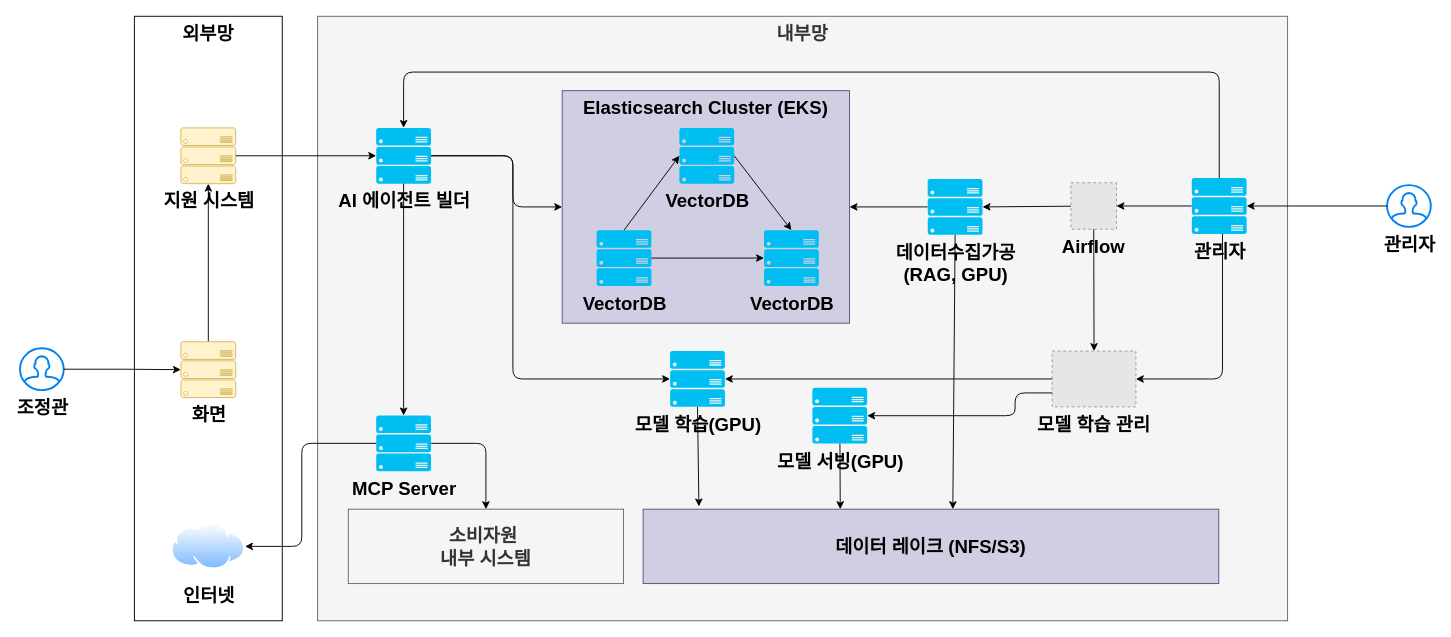
Earlier version of the draw.io diagram page "서버구성(2차년도)" (10 of 11) of docs/KCA.drawio (eunpa/KCA). Source tidied: cells renumbered, new cells numbered last; positions are measured from the earlier drawing's top-left corner, leaving out a move shared by most shapes. Both pictures are drawn from the tidied source at 93%, with x=0, y=0 at pixel (20, 16). Pictures stored in the file or linked from it are replaced by grey dashed boxes.
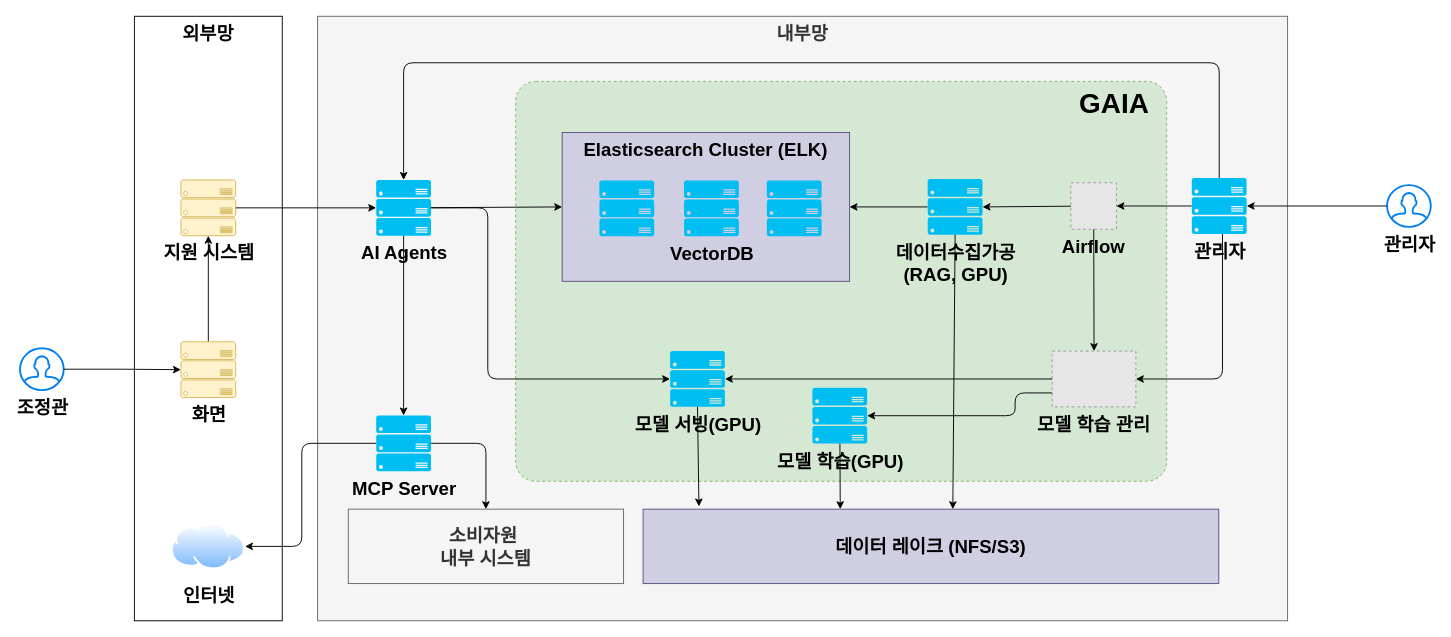
The same page after the edit.

Unchanged cells that the change refers to:
```xml
<mxCell id="41" value="관리자" style="verticalLabelPosition=bottom;html=1;verticalAlign=top;align=center;strokeColor=none;fillColor=#00BEF2;shape=mxgraph.azure.server_rack;fontStyle=1;fontSize=20;" parent="1" vertex="1">
  <mxGeometry x="1260" y="174" width="59" height="60" as="geometry" />
</mxCell>
```

What changed in the source:
```diff
@@
+    <mxCell id="46" value="&lt;span&gt;GAIA&amp;nbsp;&amp;nbsp;&lt;/span&gt;" style="whiteSpace=wrap;html=1;fillColor=#d5e8d4;strokeColor=#82b366;fontStyle=1;verticalAlign=top;align=right;fontSize=30;dashed=1;rounded=1;arcSize=5;" parent="1" vertex="1">
+      <mxGeometry x="533" y="70" width="700" height="430" as="geometry" />
+    </mxCell>
@@
-    <mxCell id="4" value="Elasticsearch Cluster (EKS)" style="whiteSpace=wrap;html=1;fontStyle=1;verticalAlign=top;fillColor=#d0cee2;strokeColor=#56517e;fontSize=20;" parent="1" vertex="1">
-      <mxGeometry x="583" y="80" width="309" height="250" as="geometry" />
+    <mxCell id="4" value="Elasticsearch Cluster (ELK)" style="whiteSpace=wrap;html=1;fontStyle=1;verticalAlign=top;fillColor=#d0cee2;strokeColor=#56517e;fontSize=20;" parent="1" vertex="1">
+      <mxGeometry x="583" y="125" width="309" height="160" as="geometry" />
     </mxCell>
@@
-    <mxCell id="7" value="모델 학습(GPU)" style="verticalLabelPosition=bottom;html=1;verticalAlign=top;align=center;strokeColor=none;fillColor=#00BEF2;shape=mxgraph.azure.server_rack;fontStyle=1;fontSize=20;" parent="1" vertex="1">
+    <mxCell id="7" value="모델 서빙(GPU)" style="verticalLabelPosition=bottom;html=1;verticalAlign=top;align=center;strokeColor=none;fillColor=#00BEF2;shape=mxgraph.azure.server_rack;fontStyle=1;fontSize=20;" parent="1" vertex="1">
       <mxGeometry x="699" y="360" width="59" height="60" as="geometry" />
     </mxCell>
-    <mxCell id="8" style="edgeStyle=orthogonalEdgeStyle;rounded=1;jettySize=auto;html=1;entryX=0;entryY=0.5;entryDx=0;entryDy=0;curved=0;fontSize=20;" parent="1" edge="1" source="9" target="4">
-      <mxGeometry relative="1" as="geometry">
-        <Array as="points">
-          <mxPoint x="530" y="150" />
-          <mxPoint x="530" y="205" />
-        </Array>
-      </mxGeometry>
+    <mxCell id="8" style="rounded=1;jettySize=auto;html=1;entryX=0;entryY=0.5;entryDx=0;entryDy=0;fontSize=20;" parent="1" edge="1" source="9" target="4">
+      <mxGeometry relative="1" as="geometry" />
     </mxCell>
-    <mxCell id="9" value="AI 에이전트 빌더" style="verticalLabelPosition=bottom;html=1;verticalAlign=top;align=center;strokeColor=none;fillColor=#00BEF2;shape=mxgraph.azure.server_rack;fontStyle=1;fontSize=20;" parent="1" vertex="1">
-      <mxGeometry x="383" y="120" width="59" height="60" as="geometry" />
+    <mxCell id="9" value="AI Agents" style="verticalLabelPosition=bottom;html=1;verticalAlign=top;align=center;strokeColor=none;fillColor=#00BEF2;shape=mxgraph.azure.server_rack;fontStyle=1;fontSize=20;" parent="1" vertex="1">
+      <mxGeometry x="383" y="176" width="59" height="60" as="geometry" />
     </mxCell>
@@
     <mxCell id="13" value="지원 시스템" style="verticalLabelPosition=bottom;html=1;verticalAlign=top;align=center;strokeColor=#d6b656;fillColor=#fff2cc;shape=mxgraph.azure.server_rack;fontStyle=1;fontSize=20;" parent="1" vertex="1">
-      <mxGeometry x="173" y="120" width="59" height="60" as="geometry" />
+      <mxGeometry x="173" y="176" width="59" height="60" as="geometry" />
     </mxCell>
@@
-    <mxCell id="21" value="&lt;span style=&quot;color: rgb(0, 0, 0);&quot;&gt;VectorDB&lt;/span&gt;" style="verticalLabelPosition=bottom;html=1;verticalAlign=top;align=center;strokeColor=none;fillColor=#00BEF2;shape=mxgraph.azure.server_rack;fontStyle=1;fontSize=20;" parent="1" vertex="1">
-      <mxGeometry x="620" y="230" width="59" height="60" as="geometry" />
+    <mxCell id="21" style="verticalLabelPosition=bottom;html=1;verticalAlign=top;align=center;strokeColor=none;fillColor=#00BEF2;shape=mxgraph.azure.server_rack;fontStyle=1;fontSize=20;" parent="1" vertex="1">
+      <mxGeometry x="623" y="176.5" width="59" height="60" as="geometry" />
     </mxCell>
     <mxCell id="22" value="VectorDB" style="verticalLabelPosition=bottom;html=1;verticalAlign=top;align=center;strokeColor=none;fillColor=#00BEF2;shape=mxgraph.azure.server_rack;fontStyle=1;fontSize=20;" parent="1" vertex="1">
-      <mxGeometry x="709" y="120" width="59" height="60" as="geometry" />
+      <mxGeometry x="714" y="176.5" width="59" height="60" as="geometry" />
     </mxCell>
-    <mxCell id="23" value="&lt;span style=&quot;color: rgb(0, 0, 0);&quot;&gt;VectorDB&lt;/span&gt;" style="verticalLabelPosition=bottom;html=1;verticalAlign=top;align=center;strokeColor=none;fillColor=#00BEF2;shape=mxgraph.azure.server_rack;fontStyle=1;fontSize=20;" parent="1" vertex="1">
-      <mxGeometry x="800" y="230" width="59" height="60" as="geometry" />
+    <mxCell id="23" style="verticalLabelPosition=bottom;html=1;verticalAlign=top;align=center;strokeColor=none;fillColor=#00BEF2;shape=mxgraph.azure.server_rack;fontStyle=1;fontSize=20;" parent="1" vertex="1">
+      <mxGeometry x="803" y="176.5" width="59" height="60" as="geometry" />
     </mxCell>
-    <mxCell id="24" style="edgeStyle=none;html=1;exitX=0.5;exitY=0;exitDx=0;exitDy=0;exitPerimeter=0;entryX=0;entryY=0.5;entryDx=0;entryDy=0;entryPerimeter=0;fontSize=20;" parent="1" edge="1" source="21" target="22">
-      <mxGeometry relative="1" as="geometry" />
-    </mxCell>
-    <mxCell id="25" style="edgeStyle=none;html=1;exitX=1;exitY=0.5;exitDx=0;exitDy=0;exitPerimeter=0;entryX=0.5;entryY=0;entryDx=0;entryDy=0;entryPerimeter=0;fontSize=20;" parent="1" edge="1" source="22" target="23">
-      <mxGeometry relative="1" as="geometry" />
-    </mxCell>
-    <mxCell id="26" style="edgeStyle=none;html=1;exitX=1;exitY=0.5;exitDx=0;exitDy=0;exitPerimeter=0;entryX=0;entryY=0.5;entryDx=0;entryDy=0;entryPerimeter=0;fontSize=20;" parent="1" edge="1" source="21" target="23">
-      <mxGeometry relative="1" as="geometry" />
-    </mxCell>
@@
-    <mxCell id="30" value="모델 서빙(GPU)" style="verticalLabelPosition=bottom;html=1;verticalAlign=top;align=center;strokeColor=none;fillColor=#00BEF2;shape=mxgraph.azure.server_rack;fontStyle=1;fontSize=20;" parent="1" vertex="1">
+    <mxCell id="30" value="모델 학습(GPU)" style="verticalLabelPosition=bottom;html=1;verticalAlign=top;align=center;strokeColor=none;fillColor=#00BEF2;shape=mxgraph.azure.server_rack;fontStyle=1;fontSize=20;" parent="1" vertex="1">
       <mxGeometry x="852" y="399.5" width="59" height="60" as="geometry" />
     </mxCell>
@@
-    <mxCell id="34" style="edgeStyle=orthogonalEdgeStyle;html=1;entryX=0;entryY=0.5;entryDx=0;entryDy=0;entryPerimeter=0;fontSize=20;" parent="1" edge="1" source="9" target="7">
-      <mxGeometry relative="1" as="geometry">
-        <Array as="points">
-          <mxPoint x="530" y="150" />
-          <mxPoint x="530" y="390" />
-        </Array>
-      </mxGeometry>
-    </mxCell>
@@
     <mxCell id="44" style="edgeStyle=orthogonalEdgeStyle;html=1;entryX=0.5;entryY=0;entryDx=0;entryDy=0;entryPerimeter=0;fontSize=20;" parent="1" edge="1" source="41" target="9">
       <mxGeometry relative="1" as="geometry">
         <Array as="points">
-          <mxPoint x="1290" y="60" />
-          <mxPoint x="413" y="60" />
+          <mxPoint x="1290" y="50" />
+          <mxPoint x="413" y="50" />
         </Array>
       </mxGeometry>
     </mxCell>
@@
+    <mxCell id="34" style="edgeStyle=orthogonalEdgeStyle;rounded=1;jettySize=auto;html=1;exitX=1;exitY=0.5;exitDx=0;exitDy=0;exitPerimeter=0;entryX=0;entryY=0.5;entryDx=0;entryDy=0;entryPerimeter=0;curved=0;" parent="1" edge="1" source="9" target="7">
+      <mxGeometry relative="1" as="geometry">
+        <Array as="points">
+          <mxPoint x="503" y="206" />
+          <mxPoint x="503" y="390" />
+        </Array>
+      </mxGeometry>
+    </mxCell>
```
